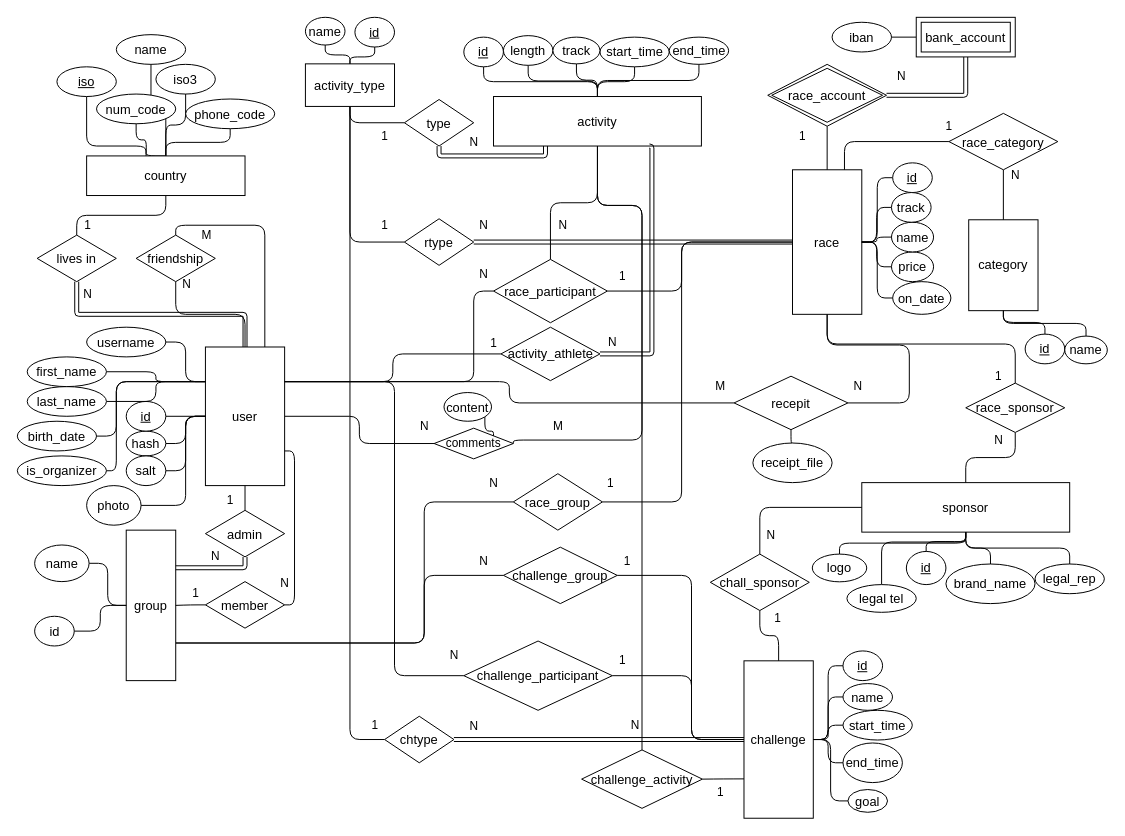
itcr3442/CE3101-StraviaTec keeps this draw.io diagram as page "Conceptual" (3 of 3) of docs/diagramas.drawio. Above is the earlier version. Source tidied: cells renumbered, new cells numbered last; positions are measured from the earlier drawing's top-left corner, leaving out a move shared by most shapes. Both pictures are drawn from the tidied source at 99%, with x=0, y=0 at pixel (17, 17).
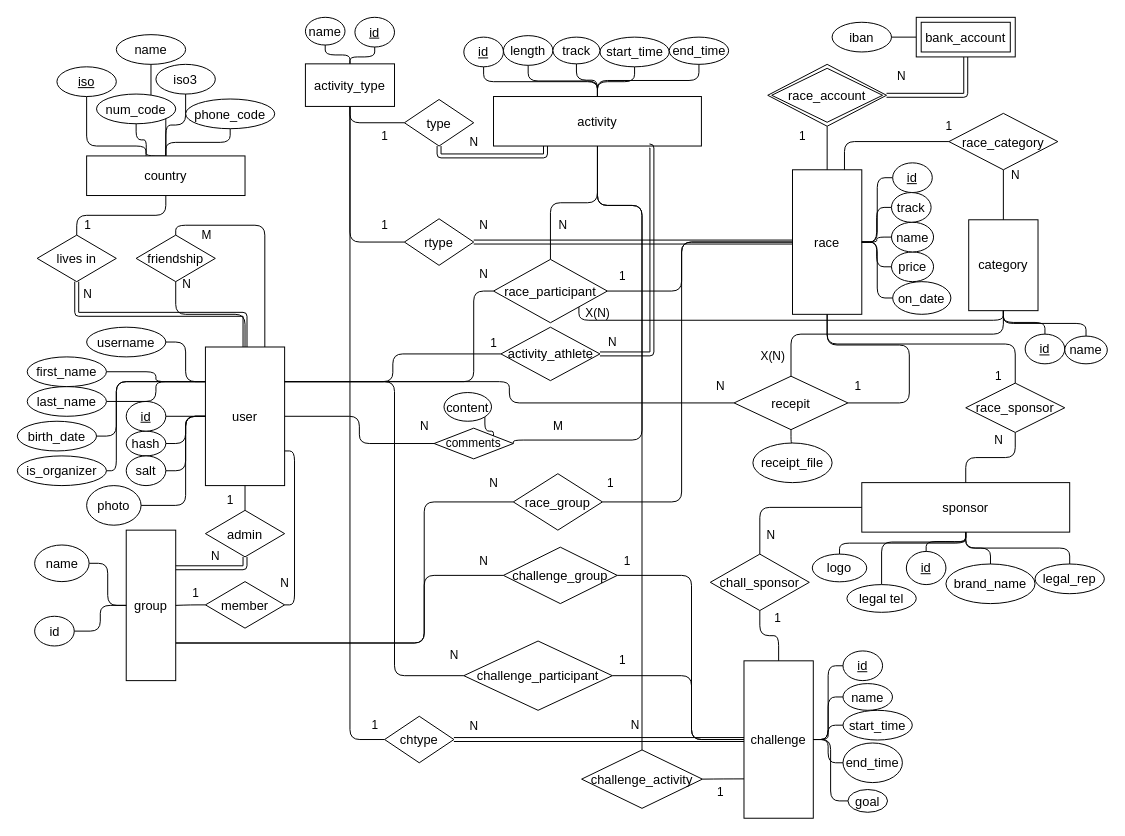
The same diagram, later.

Unchanged cells that the change refers to:
```xml
<mxCell id="129" value="recepit" style="rhombus;whiteSpace=wrap;html=1;fontSize=13;" parent="1" vertex="1">
  <mxGeometry x="724" y="362.5" width="115" height="54" as="geometry" />
</mxCell>
<mxCell id="132" value="race_participant" style="shape=rhombus;perimeter=rhombusPerimeter;whiteSpace=wrap;html=1;align=center;shadow=0;fontSize=13;strokeColor=default;gradientColor=none;" parent="1" vertex="1">
  <mxGeometry x="481" y="244.5" width="115" height="64" as="geometry" />
</mxCell>
<mxCell id="137" value="category" style="rounded=0;whiteSpace=wrap;html=1;fontSize=13;" parent="1" vertex="1">
  <mxGeometry x="961" y="204.5" width="70" height="91.8" as="geometry" />
</mxCell>
```

Diff of the diagram source:
```diff
@@
+    <mxCell id="195" style="edgeStyle=orthogonalEdgeStyle;html=1;exitX=0.5;exitY=0;exitDx=0;exitDy=0;entryX=0.5;entryY=1;entryDx=0;entryDy=0;endArrow=none;endFill=0;" parent="1" edge="1" source="129" target="137">
+      <mxGeometry relative="1" as="geometry">
+        <Array as="points">
+          <mxPoint x="782" y="320" />
+          <mxPoint x="996" y="320" />
+        </Array>
+      </mxGeometry>
+    </mxCell>
@@
+    <mxCell id="196" style="edgeStyle=orthogonalEdgeStyle;html=1;exitX=1;exitY=1;exitDx=0;exitDy=0;entryX=0.5;entryY=1;entryDx=0;entryDy=0;endArrow=none;endFill=0;" parent="1" edge="1" source="132" target="137">
+      <mxGeometry relative="1" as="geometry">
+        <Array as="points">
+          <mxPoint x="567" y="306" />
+          <mxPoint x="996" y="306" />
+        </Array>
+      </mxGeometry>
+    </mxCell>
@@
-    <mxCell id="165" value="N" style="text;html=1;align=center;verticalAlign=middle;strokeColor=none;fillColor=none;" parent="1" vertex="1">
+    <mxCell id="165" value="1" style="text;html=1;align=center;verticalAlign=middle;strokeColor=none;fillColor=none;" parent="1" vertex="1">
       <mxGeometry x="839" y="362.5" width="20" height="20" as="geometry" />
     </mxCell>
@@
-    <mxCell id="183" value="M" style="text;html=1;align=center;verticalAlign=middle;strokeColor=none;fillColor=none;" parent="1" vertex="1">
-      <mxGeometry x="695" y="362.5" width="30" height="20" as="geometry" />
+    <mxCell id="183" value="N" style="text;html=1;align=center;verticalAlign=middle;strokeColor=none;fillColor=none;" parent="1" vertex="1">
+      <mxGeometry x="700" y="362.5" width="20" height="20" as="geometry" />
     </mxCell>
@@
+    <mxCell id="197" value="X(N)" style="text;html=1;align=center;verticalAlign=middle;strokeColor=none;fillColor=none;" parent="1" vertex="1">
+      <mxGeometry x="566" y="288.5" width="40" height="20" as="geometry" />
+    </mxCell>
+    <mxCell id="198" value="X(N)" style="text;html=1;align=center;verticalAlign=middle;strokeColor=none;fillColor=none;" parent="1" vertex="1">
+      <mxGeometry x="743" y="333" width="40" height="20" as="geometry" />
+    </mxCell>
```
